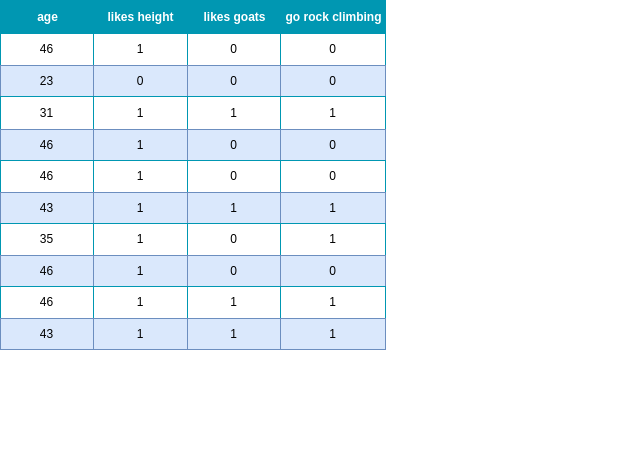
froukje/datamapu keeps this draw.io diagram as static/images/adaboost/ab_example_clf_data_second_stump.drawio.png. Above is the earlier version. Source tidied: cells renumbered, new cells last; positions are measured from the earlier drawing's top-left corner, leaving out a move shared by most shapes. Source of this version:
```xml
<mxGraphModel>
  <root>
    <mxCell id="0" />
    <mxCell id="1" parent="0" />
    <mxCell id="2" value="Assets" style="strokeColor=#0097B2;fillColor=#A7C942;shadow=0;" parent="1" vertex="1">
      <mxGeometry width="385" height="349" as="geometry" />
    </mxCell>
    <mxCell id="3" style="shape=tableRow;horizontal=0;startSize=0;swimlaneHead=0;swimlaneBody=0;top=0;left=0;bottom=0;right=0;fontStyle=0;strokeColor=inherit;fillColor=#ffffff;" parent="2" vertex="1">
      <mxGeometry width="385" height="33" as="geometry" />
    </mxCell>
    <mxCell id="4" value="age" style="strokeColor=inherit;fillColor=#0097B2;align=center;fontStyle=1;fontColor=#FFFFFF;html=1;" parent="3" vertex="1">
      <mxGeometry width="93" height="33" as="geometry" />
    </mxCell>
    <mxCell id="5" value="likes height" style="strokeColor=inherit;fillColor=#0097B2;align=center;fontStyle=1;fontColor=#FFFFFF;html=1;" parent="3" vertex="1">
      <mxGeometry x="93" width="94" height="33" as="geometry" />
    </mxCell>
    <mxCell id="6" value="likes goats" style="strokeColor=inherit;fillColor=#0097B2;align=center;fontStyle=1;fontColor=#FFFFFF;html=1;" parent="3" vertex="1">
      <mxGeometry x="187" width="93" height="33" as="geometry" />
    </mxCell>
    <mxCell id="7" value="go rock climbing" style="strokeColor=inherit;fillColor=#0097B2;align=center;fontStyle=1;fontColor=#FFFFFF;html=1;" parent="3" vertex="1">
      <mxGeometry x="280" width="105" height="33" as="geometry" />
    </mxCell>
    <mxCell id="8" style="shape=tableRow;horizontal=0;startSize=0;swimlaneHead=0;swimlaneBody=0;top=0;left=0;bottom=0;right=0;fontStyle=0;strokeColor=inherit;fillColor=#ffffff;" parent="2" vertex="1">
      <mxGeometry y="33" width="385" height="32" as="geometry" />
    </mxCell>
    <mxCell id="9" value="46" style="strokeColor=inherit;fillColor=inherit;align=center;whiteSpace=wrap;html=1;" parent="8" vertex="1">
      <mxGeometry width="93" height="32" as="geometry" />
    </mxCell>
    <mxCell id="10" value="1" style="strokeColor=inherit;fillColor=inherit;align=center;whiteSpace=wrap;html=1;" parent="8" vertex="1">
      <mxGeometry x="93" width="94" height="32" as="geometry" />
    </mxCell>
    <mxCell id="11" value="0" style="strokeColor=inherit;fillColor=inherit;align=center;whiteSpace=wrap;html=1;" parent="8" vertex="1">
      <mxGeometry x="187" width="93" height="32" as="geometry" />
    </mxCell>
    <mxCell id="12" value="0" style="strokeColor=inherit;fillColor=inherit;align=center;whiteSpace=wrap;html=1;" parent="8" vertex="1">
      <mxGeometry x="280" width="105" height="32" as="geometry" />
    </mxCell>
    <mxCell id="13" style="shape=tableRow;horizontal=0;startSize=0;swimlaneHead=0;swimlaneBody=0;top=0;left=0;bottom=0;right=0;fontStyle=1;strokeColor=inherit;fillColor=#EAF2D3;" parent="2" vertex="1">
      <mxGeometry y="65" width="385" height="31" as="geometry" />
    </mxCell>
    <mxCell id="14" value="23" style="strokeColor=#6c8ebf;fillColor=#dae8fc;whiteSpace=wrap;html=1;" parent="13" vertex="1">
      <mxGeometry width="93" height="31" as="geometry" />
    </mxCell>
    <mxCell id="15" value="0" style="strokeColor=#6c8ebf;fillColor=#dae8fc;whiteSpace=wrap;html=1;" parent="13" vertex="1">
      <mxGeometry x="93" width="94" height="31" as="geometry" />
    </mxCell>
    <mxCell id="16" value="0" style="strokeColor=#6c8ebf;fillColor=#dae8fc;whiteSpace=wrap;html=1;" parent="13" vertex="1">
      <mxGeometry x="187" width="93" height="31" as="geometry" />
    </mxCell>
    <mxCell id="17" value="0" style="strokeColor=#6c8ebf;fillColor=#dae8fc;whiteSpace=wrap;html=1;" parent="13" vertex="1">
      <mxGeometry x="280" width="105" height="31" as="geometry" />
    </mxCell>
    <mxCell id="18" style="shape=tableRow;horizontal=0;startSize=0;swimlaneHead=0;swimlaneBody=0;top=0;left=0;bottom=0;right=0;fontStyle=0;strokeColor=inherit;fillColor=#ffffff;" parent="2" vertex="1">
      <mxGeometry y="96" width="385" height="33" as="geometry" />
    </mxCell>
    <mxCell id="19" value="31" style="strokeColor=inherit;fillColor=inherit;fontStyle=0;align=center;whiteSpace=wrap;html=1;" parent="18" vertex="1">
      <mxGeometry width="93" height="33" as="geometry" />
    </mxCell>
    <mxCell id="20" value="1" style="strokeColor=inherit;fillColor=inherit;fontStyle=0;align=center;whiteSpace=wrap;html=1;" parent="18" vertex="1">
      <mxGeometry x="93" width="94" height="33" as="geometry" />
    </mxCell>
    <mxCell id="21" value="1" style="strokeColor=inherit;fillColor=inherit;fontStyle=0;align=center;whiteSpace=wrap;html=1;" parent="18" vertex="1">
      <mxGeometry x="187" width="93" height="33" as="geometry" />
    </mxCell>
    <mxCell id="22" value="1" style="strokeColor=inherit;fillColor=inherit;fontStyle=0;align=center;whiteSpace=wrap;html=1;" parent="18" vertex="1">
      <mxGeometry x="280" width="105" height="33" as="geometry" />
    </mxCell>
    <mxCell id="23" style="shape=tableRow;horizontal=0;startSize=0;swimlaneHead=0;swimlaneBody=0;top=0;left=0;bottom=0;right=0;fontStyle=1;strokeColor=inherit;fillColor=#EAF2D3;" parent="2" vertex="1">
      <mxGeometry y="129" width="385" height="31" as="geometry" />
    </mxCell>
    <mxCell id="24" value="46" style="strokeColor=#6c8ebf;fillColor=#dae8fc;whiteSpace=wrap;html=1;" parent="23" vertex="1">
      <mxGeometry width="93" height="31" as="geometry" />
    </mxCell>
    <mxCell id="25" value="1" style="strokeColor=#6c8ebf;fillColor=#dae8fc;whiteSpace=wrap;html=1;" parent="23" vertex="1">
      <mxGeometry x="93" width="94" height="31" as="geometry" />
    </mxCell>
    <mxCell id="26" value="0" style="strokeColor=#6c8ebf;fillColor=#dae8fc;whiteSpace=wrap;html=1;" parent="23" vertex="1">
      <mxGeometry x="187" width="93" height="31" as="geometry" />
    </mxCell>
    <mxCell id="27" value="0" style="strokeColor=#6c8ebf;fillColor=#dae8fc;whiteSpace=wrap;html=1;" parent="23" vertex="1">
      <mxGeometry x="280" width="105" height="31" as="geometry" />
    </mxCell>
    <mxCell id="28" style="shape=tableRow;horizontal=0;startSize=0;swimlaneHead=0;swimlaneBody=0;top=0;left=0;bottom=0;right=0;fontStyle=0;strokeColor=inherit;fillColor=#ffffff;" parent="2" vertex="1">
      <mxGeometry y="160" width="385" height="32" as="geometry" />
    </mxCell>
    <mxCell id="29" value="46" style="strokeColor=inherit;fillColor=inherit;align=center;whiteSpace=wrap;html=1;" parent="28" vertex="1">
      <mxGeometry width="93" height="32" as="geometry" />
    </mxCell>
    <mxCell id="30" value="1" style="strokeColor=inherit;fillColor=inherit;align=center;whiteSpace=wrap;html=1;" parent="28" vertex="1">
      <mxGeometry x="93" width="94" height="32" as="geometry" />
    </mxCell>
    <mxCell id="31" value="0" style="strokeColor=inherit;fillColor=inherit;align=center;whiteSpace=wrap;html=1;" parent="28" vertex="1">
      <mxGeometry x="187" width="93" height="32" as="geometry" />
    </mxCell>
    <mxCell id="32" value="0" style="strokeColor=inherit;fillColor=inherit;align=center;whiteSpace=wrap;html=1;" parent="28" vertex="1">
      <mxGeometry x="280" width="105" height="32" as="geometry" />
    </mxCell>
    <mxCell id="33" style="shape=tableRow;horizontal=0;startSize=0;swimlaneHead=0;swimlaneBody=0;top=0;left=0;bottom=0;right=0;fontStyle=1;strokeColor=inherit;fillColor=#EAF2D3;" parent="2" vertex="1">
      <mxGeometry y="192" width="385" height="31" as="geometry" />
    </mxCell>
    <mxCell id="34" value="43" style="strokeColor=#6c8ebf;fillColor=#dae8fc;whiteSpace=wrap;html=1;" parent="33" vertex="1">
      <mxGeometry width="93" height="31" as="geometry" />
    </mxCell>
    <mxCell id="35" value="1" style="strokeColor=#6c8ebf;fillColor=#dae8fc;whiteSpace=wrap;html=1;" parent="33" vertex="1">
      <mxGeometry x="93" width="94" height="31" as="geometry" />
    </mxCell>
    <mxCell id="36" value="1" style="strokeColor=#6c8ebf;fillColor=#dae8fc;whiteSpace=wrap;html=1;" parent="33" vertex="1">
      <mxGeometry x="187" width="93" height="31" as="geometry" />
    </mxCell>
    <mxCell id="37" value="1" style="strokeColor=#6c8ebf;fillColor=#dae8fc;whiteSpace=wrap;html=1;" parent="33" vertex="1">
      <mxGeometry x="280" width="105" height="31" as="geometry" />
    </mxCell>
    <mxCell id="38" style="shape=tableRow;horizontal=0;startSize=0;swimlaneHead=0;swimlaneBody=0;top=0;left=0;bottom=0;right=0;fontStyle=0;strokeColor=inherit;fillColor=#ffffff;" parent="2" vertex="1">
      <mxGeometry y="223" width="385" height="32" as="geometry" />
    </mxCell>
    <mxCell id="39" value="35" style="strokeColor=inherit;fillColor=inherit;align=center;whiteSpace=wrap;html=1;" parent="38" vertex="1">
      <mxGeometry width="93" height="32" as="geometry" />
    </mxCell>
    <mxCell id="40" value="1" style="strokeColor=inherit;fillColor=inherit;align=center;whiteSpace=wrap;html=1;" parent="38" vertex="1">
      <mxGeometry x="93" width="94" height="32" as="geometry" />
    </mxCell>
    <mxCell id="41" value="0" style="strokeColor=inherit;fillColor=inherit;align=center;whiteSpace=wrap;html=1;" parent="38" vertex="1">
      <mxGeometry x="187" width="93" height="32" as="geometry" />
    </mxCell>
    <mxCell id="42" value="1" style="strokeColor=inherit;fillColor=inherit;align=center;whiteSpace=wrap;html=1;" parent="38" vertex="1">
      <mxGeometry x="280" width="105" height="32" as="geometry" />
    </mxCell>
    <mxCell id="43" style="shape=tableRow;horizontal=0;startSize=0;swimlaneHead=0;swimlaneBody=0;top=0;left=0;bottom=0;right=0;fontStyle=1;strokeColor=inherit;fillColor=#EAF2D3;" parent="2" vertex="1">
      <mxGeometry y="255" width="385" height="31" as="geometry" />
    </mxCell>
    <mxCell id="44" value="46" style="strokeColor=#6c8ebf;fillColor=#dae8fc;whiteSpace=wrap;html=1;" parent="43" vertex="1">
      <mxGeometry width="93" height="31" as="geometry" />
    </mxCell>
    <mxCell id="45" value="1" style="strokeColor=#6c8ebf;fillColor=#dae8fc;whiteSpace=wrap;html=1;" parent="43" vertex="1">
      <mxGeometry x="93" width="94" height="31" as="geometry" />
    </mxCell>
    <mxCell id="46" value="0" style="strokeColor=#6c8ebf;fillColor=#dae8fc;whiteSpace=wrap;html=1;" parent="43" vertex="1">
      <mxGeometry x="187" width="93" height="31" as="geometry" />
    </mxCell>
    <mxCell id="47" value="0" style="strokeColor=#6c8ebf;fillColor=#dae8fc;whiteSpace=wrap;html=1;" parent="43" vertex="1">
      <mxGeometry x="280" width="105" height="31" as="geometry" />
    </mxCell>
    <mxCell id="48" style="shape=tableRow;horizontal=0;startSize=0;swimlaneHead=0;swimlaneBody=0;top=0;left=0;bottom=0;right=0;fontStyle=0;strokeColor=inherit;fillColor=#ffffff;" parent="2" vertex="1">
      <mxGeometry y="286" width="385" height="32" as="geometry" />
    </mxCell>
    <mxCell id="49" value="46" style="strokeColor=inherit;fillColor=inherit;align=center;whiteSpace=wrap;html=1;" parent="48" vertex="1">
      <mxGeometry width="93" height="32" as="geometry" />
    </mxCell>
    <mxCell id="50" value="1" style="strokeColor=inherit;fillColor=inherit;align=center;whiteSpace=wrap;html=1;" parent="48" vertex="1">
      <mxGeometry x="93" width="94" height="32" as="geometry" />
    </mxCell>
    <mxCell id="51" value="1" style="strokeColor=inherit;fillColor=inherit;align=center;whiteSpace=wrap;html=1;" parent="48" vertex="1">
      <mxGeometry x="187" width="93" height="32" as="geometry" />
    </mxCell>
    <mxCell id="52" value="1" style="strokeColor=inherit;fillColor=inherit;align=center;whiteSpace=wrap;html=1;" parent="48" vertex="1">
      <mxGeometry x="280" width="105" height="32" as="geometry" />
    </mxCell>
    <mxCell id="53" style="shape=tableRow;horizontal=0;startSize=0;swimlaneHead=0;swimlaneBody=0;top=0;left=0;bottom=0;right=0;fontStyle=1;strokeColor=inherit;fillColor=#EAF2D3;" parent="2" vertex="1">
      <mxGeometry y="318" width="385" height="31" as="geometry" />
    </mxCell>
    <mxCell id="54" value="43" style="strokeColor=#6c8ebf;fillColor=#dae8fc;whiteSpace=wrap;html=1;" parent="53" vertex="1">
      <mxGeometry width="93" height="31" as="geometry" />
    </mxCell>
    <mxCell id="55" value="1" style="strokeColor=#6c8ebf;fillColor=#dae8fc;whiteSpace=wrap;html=1;" parent="53" vertex="1">
      <mxGeometry x="93" width="94" height="31" as="geometry" />
    </mxCell>
    <mxCell id="56" value="1" style="strokeColor=#6c8ebf;fillColor=#dae8fc;whiteSpace=wrap;html=1;" parent="53" vertex="1">
      <mxGeometry x="187" width="93" height="31" as="geometry" />
    </mxCell>
    <mxCell id="57" value="1" style="strokeColor=#6c8ebf;fillColor=#dae8fc;whiteSpace=wrap;html=1;" parent="53" vertex="1">
      <mxGeometry x="280" width="105" height="31" as="geometry" />
    </mxCell>
    <mxCell id="58" style="shape=tableRow;horizontal=0;startSize=0;swimlaneHead=0;swimlaneBody=0;strokeColor=inherit;top=0;left=0;bottom=0;right=0;fillColor=none;fontSize=16;" parent="1" vertex="1">
      <mxGeometry x="440" y="410" width="180" height="40" as="geometry" />
    </mxCell>
    <mxCell id="59" style="shape=partialRectangle;html=1;whiteSpace=wrap;strokeColor=inherit;overflow=hidden;fillColor=none;top=0;left=0;bottom=0;right=0;fontSize=16;" parent="58" vertex="1">
      <mxGeometry width="60" height="40" as="geometry" />
    </mxCell>
    <mxCell id="60" style="shape=partialRectangle;html=1;whiteSpace=wrap;strokeColor=inherit;overflow=hidden;fillColor=none;top=0;left=0;bottom=0;right=0;fontSize=16;" parent="58" vertex="1">
      <mxGeometry x="60" width="60" height="40" as="geometry" />
    </mxCell>
    <mxCell id="61" style="shape=partialRectangle;html=1;whiteSpace=wrap;strokeColor=inherit;overflow=hidden;fillColor=none;top=0;left=0;bottom=0;right=0;fontSize=16;" parent="58" vertex="1">
      <mxGeometry x="120" width="60" height="40" as="geometry" />
    </mxCell>
  </root>
</mxGraphModel>
```
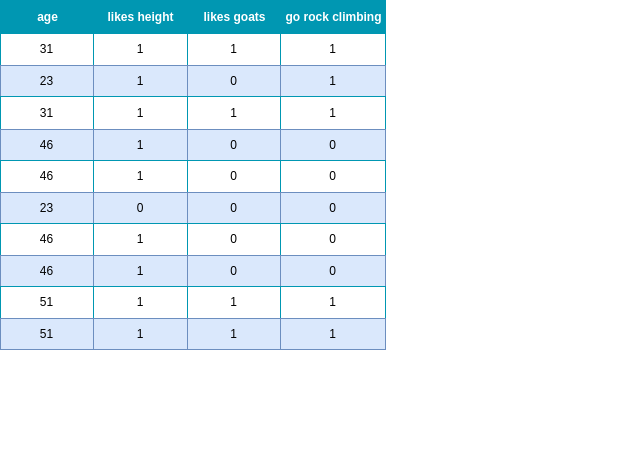
After the commit.

The edit, as a diff of the source:
```diff
@@ -23,16 +23,16 @@
     <mxCell id="8" style="shape=tableRow;horizontal=0;startSize=0;swimlaneHead=0;swimlaneBody=0;top=0;left=0;bottom=0;right=0;fontStyle=0;strokeColor=inherit;fillColor=#ffffff;" parent="2" vertex="1">
       <mxGeometry y="33" width="385" height="32" as="geometry" />
     </mxCell>
-    <mxCell id="9" value="46" style="strokeColor=inherit;fillColor=inherit;align=center;whiteSpace=wrap;html=1;" parent="8" vertex="1">
+    <mxCell id="9" value="31" style="strokeColor=inherit;fillColor=inherit;align=center;whiteSpace=wrap;html=1;" parent="8" vertex="1">
       <mxGeometry width="93" height="32" as="geometry" />
     </mxCell>
     <mxCell id="10" value="1" style="strokeColor=inherit;fillColor=inherit;align=center;whiteSpace=wrap;html=1;" parent="8" vertex="1">
       <mxGeometry x="93" width="94" height="32" as="geometry" />
     </mxCell>
-    <mxCell id="11" value="0" style="strokeColor=inherit;fillColor=inherit;align=center;whiteSpace=wrap;html=1;" parent="8" vertex="1">
+    <mxCell id="11" value="1" style="strokeColor=inherit;fillColor=inherit;align=center;whiteSpace=wrap;html=1;" parent="8" vertex="1">
       <mxGeometry x="187" width="93" height="32" as="geometry" />
     </mxCell>
-    <mxCell id="12" value="0" style="strokeColor=inherit;fillColor=inherit;align=center;whiteSpace=wrap;html=1;" parent="8" vertex="1">
+    <mxCell id="12" value="1" style="strokeColor=inherit;fillColor=inherit;align=center;whiteSpace=wrap;html=1;" parent="8" vertex="1">
       <mxGeometry x="280" width="105" height="32" as="geometry" />
     </mxCell>
     <mxCell id="13" style="shape=tableRow;horizontal=0;startSize=0;swimlaneHead=0;swimlaneBody=0;top=0;left=0;bottom=0;right=0;fontStyle=1;strokeColor=inherit;fillColor=#EAF2D3;" parent="2" vertex="1">
@@ -41,13 +41,13 @@
     <mxCell id="14" value="23" style="strokeColor=#6c8ebf;fillColor=#dae8fc;whiteSpace=wrap;html=1;" parent="13" vertex="1">
       <mxGeometry width="93" height="31" as="geometry" />
     </mxCell>
-    <mxCell id="15" value="0" style="strokeColor=#6c8ebf;fillColor=#dae8fc;whiteSpace=wrap;html=1;" parent="13" vertex="1">
+    <mxCell id="15" value="1" style="strokeColor=#6c8ebf;fillColor=#dae8fc;whiteSpace=wrap;html=1;" parent="13" vertex="1">
       <mxGeometry x="93" width="94" height="31" as="geometry" />
     </mxCell>
     <mxCell id="16" value="0" style="strokeColor=#6c8ebf;fillColor=#dae8fc;whiteSpace=wrap;html=1;" parent="13" vertex="1">
       <mxGeometry x="187" width="93" height="31" as="geometry" />
     </mxCell>
-    <mxCell id="17" value="0" style="strokeColor=#6c8ebf;fillColor=#dae8fc;whiteSpace=wrap;html=1;" parent="13" vertex="1">
+    <mxCell id="17" value="1" style="strokeColor=#6c8ebf;fillColor=#dae8fc;whiteSpace=wrap;html=1;" parent="13" vertex="1">
       <mxGeometry x="280" width="105" height="31" as="geometry" />
     </mxCell>
     <mxCell id="18" style="shape=tableRow;horizontal=0;startSize=0;swimlaneHead=0;swimlaneBody=0;top=0;left=0;bottom=0;right=0;fontStyle=0;strokeColor=inherit;fillColor=#ffffff;" parent="2" vertex="1">
@@ -98,22 +98,22 @@
     <mxCell id="33" style="shape=tableRow;horizontal=0;startSize=0;swimlaneHead=0;swimlaneBody=0;top=0;left=0;bottom=0;right=0;fontStyle=1;strokeColor=inherit;fillColor=#EAF2D3;" parent="2" vertex="1">
       <mxGeometry y="192" width="385" height="31" as="geometry" />
     </mxCell>
-    <mxCell id="34" value="43" style="strokeColor=#6c8ebf;fillColor=#dae8fc;whiteSpace=wrap;html=1;" parent="33" vertex="1">
+    <mxCell id="34" value="23" style="strokeColor=#6c8ebf;fillColor=#dae8fc;whiteSpace=wrap;html=1;" parent="33" vertex="1">
       <mxGeometry width="93" height="31" as="geometry" />
     </mxCell>
-    <mxCell id="35" value="1" style="strokeColor=#6c8ebf;fillColor=#dae8fc;whiteSpace=wrap;html=1;" parent="33" vertex="1">
+    <mxCell id="35" value="0" style="strokeColor=#6c8ebf;fillColor=#dae8fc;whiteSpace=wrap;html=1;" parent="33" vertex="1">
       <mxGeometry x="93" width="94" height="31" as="geometry" />
     </mxCell>
-    <mxCell id="36" value="1" style="strokeColor=#6c8ebf;fillColor=#dae8fc;whiteSpace=wrap;html=1;" parent="33" vertex="1">
+    <mxCell id="36" value="0" style="strokeColor=#6c8ebf;fillColor=#dae8fc;whiteSpace=wrap;html=1;" parent="33" vertex="1">
       <mxGeometry x="187" width="93" height="31" as="geometry" />
     </mxCell>
-    <mxCell id="37" value="1" style="strokeColor=#6c8ebf;fillColor=#dae8fc;whiteSpace=wrap;html=1;" parent="33" vertex="1">
+    <mxCell id="37" value="0" style="strokeColor=#6c8ebf;fillColor=#dae8fc;whiteSpace=wrap;html=1;" parent="33" vertex="1">
       <mxGeometry x="280" width="105" height="31" as="geometry" />
     </mxCell>
     <mxCell id="38" style="shape=tableRow;horizontal=0;startSize=0;swimlaneHead=0;swimlaneBody=0;top=0;left=0;bottom=0;right=0;fontStyle=0;strokeColor=inherit;fillColor=#ffffff;" parent="2" vertex="1">
       <mxGeometry y="223" width="385" height="32" as="geometry" />
     </mxCell>
-    <mxCell id="39" value="35" style="strokeColor=inherit;fillColor=inherit;align=center;whiteSpace=wrap;html=1;" parent="38" vertex="1">
+    <mxCell id="39" value="46" style="strokeColor=inherit;fillColor=inherit;align=center;whiteSpace=wrap;html=1;" parent="38" vertex="1">
       <mxGeometry width="93" height="32" as="geometry" />
     </mxCell>
     <mxCell id="40" value="1" style="strokeColor=inherit;fillColor=inherit;align=center;whiteSpace=wrap;html=1;" parent="38" vertex="1">
@@ -122,7 +122,7 @@
     <mxCell id="41" value="0" style="strokeColor=inherit;fillColor=inherit;align=center;whiteSpace=wrap;html=1;" parent="38" vertex="1">
       <mxGeometry x="187" width="93" height="32" as="geometry" />
     </mxCell>
-    <mxCell id="42" value="1" style="strokeColor=inherit;fillColor=inherit;align=center;whiteSpace=wrap;html=1;" parent="38" vertex="1">
+    <mxCell id="42" value="0" style="strokeColor=inherit;fillColor=inherit;align=center;whiteSpace=wrap;html=1;" parent="38" vertex="1">
       <mxGeometry x="280" width="105" height="32" as="geometry" />
     </mxCell>
     <mxCell id="43" style="shape=tableRow;horizontal=0;startSize=0;swimlaneHead=0;swimlaneBody=0;top=0;left=0;bottom=0;right=0;fontStyle=1;strokeColor=inherit;fillColor=#EAF2D3;" parent="2" vertex="1">
@@ -143,7 +143,7 @@
     <mxCell id="48" style="shape=tableRow;horizontal=0;startSize=0;swimlaneHead=0;swimlaneBody=0;top=0;left=0;bottom=0;right=0;fontStyle=0;strokeColor=inherit;fillColor=#ffffff;" parent="2" vertex="1">
       <mxGeometry y="286" width="385" height="32" as="geometry" />
     </mxCell>
-    <mxCell id="49" value="46" style="strokeColor=inherit;fillColor=inherit;align=center;whiteSpace=wrap;html=1;" parent="48" vertex="1">
+    <mxCell id="49" value="51" style="strokeColor=inherit;fillColor=inherit;align=center;whiteSpace=wrap;html=1;" parent="48" vertex="1">
       <mxGeometry width="93" height="32" as="geometry" />
     </mxCell>
     <mxCell id="50" value="1" style="strokeColor=inherit;fillColor=inherit;align=center;whiteSpace=wrap;html=1;" parent="48" vertex="1">
@@ -158,7 +158,7 @@
     <mxCell id="53" style="shape=tableRow;horizontal=0;startSize=0;swimlaneHead=0;swimlaneBody=0;top=0;left=0;bottom=0;right=0;fontStyle=1;strokeColor=inherit;fillColor=#EAF2D3;" parent="2" vertex="1">
       <mxGeometry y="318" width="385" height="31" as="geometry" />
     </mxCell>
-    <mxCell id="54" value="43" style="strokeColor=#6c8ebf;fillColor=#dae8fc;whiteSpace=wrap;html=1;" parent="53" vertex="1">
+    <mxCell id="54" value="51" style="strokeColor=#6c8ebf;fillColor=#dae8fc;whiteSpace=wrap;html=1;" parent="53" vertex="1">
       <mxGeometry width="93" height="31" as="geometry" />
     </mxCell>
     <mxCell id="55" value="1" style="strokeColor=#6c8ebf;fillColor=#dae8fc;whiteSpace=wrap;html=1;" parent="53" vertex="1">
```
